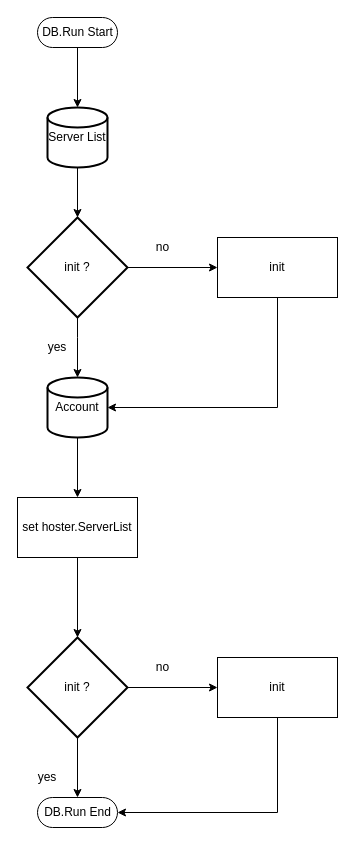
KAIYOHUGO/goBds keeps this draw.io diagram as page "db.Run" (2 of 2) of gobds.drawio. Above is the earlier version. Source tidied: cells renumbered, new cells numbered last; positions are measured from the earlier drawing's top-left corner, leaving out a move shared by most shapes. Both pictures are drawn from the tidied source at 100%, with x=0, y=0 at pixel (17, 17).
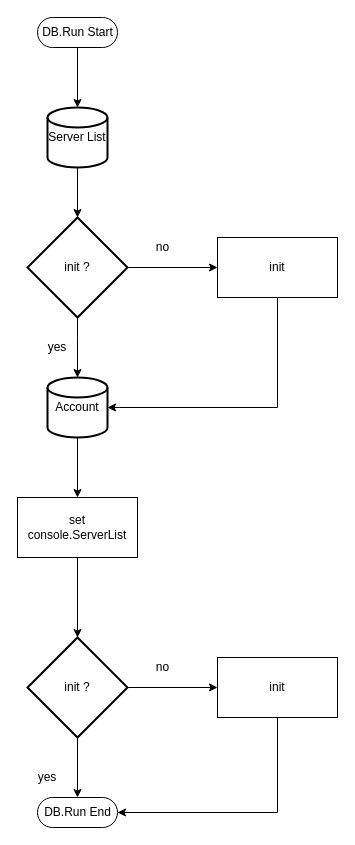
The same diagram, later.

The edit, as a diff of the source:
```diff
@@
-    <mxCell id="31" value="set hoster.ServerList" style="rounded=0;whiteSpace=wrap;html=1;" parent="1" vertex="1">
+    <mxCell id="31" value="set console.ServerList" style="rounded=0;whiteSpace=wrap;html=1;" parent="1" vertex="1">
       <mxGeometry y="480" width="120" height="60" as="geometry" />
     </mxCell>
```
